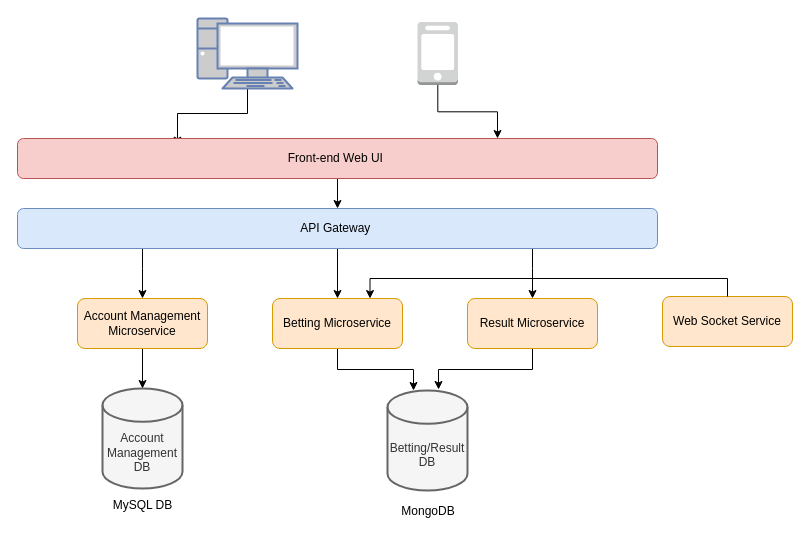
Before: page "Microservice Architecture Design" (4 of 8) of Documentation/OasisBet Diagrams.drawio in vincentcalai/OasisBet, a draw.io diagram. Source tidied: cells renumbered, new cells numbered last; positions are measured from the earlier drawing's top-left corner, leaving out a move shared by most shapes. Both pictures are drawn from the tidied source at 100%, with x=0, y=0 at pixel (17, 18).
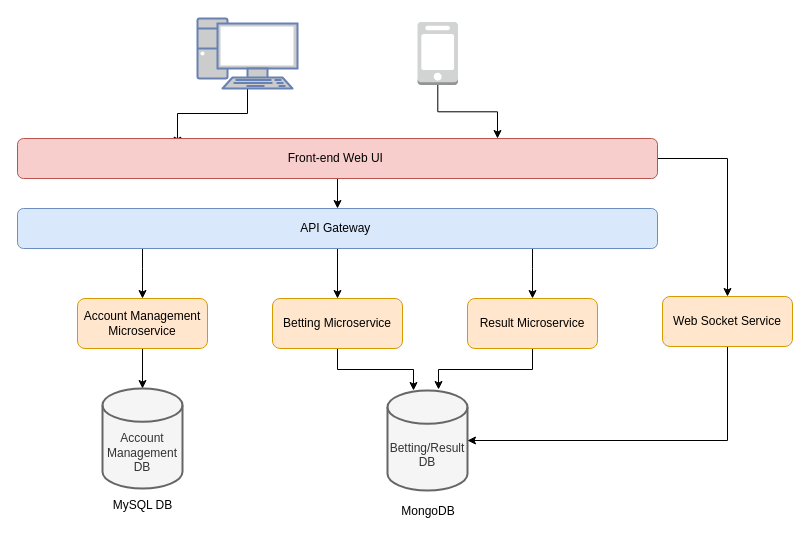
The same diagram, later.

Unchanged cells that the change refers to:
```xml
<mxCell id="8" value="Front-end Web UI&amp;nbsp;" style="rounded=1;whiteSpace=wrap;html=1;fillColor=#f8cecc;strokeColor=#b85450;" parent="1" vertex="1">
  <mxGeometry y="120" width="640" height="40" as="geometry" />
</mxCell>
<mxCell id="10" value="Betting Microservice" style="rounded=1;whiteSpace=wrap;html=1;fillColor=#ffe6cc;strokeColor=#d79b00;" parent="1" vertex="1">
  <mxGeometry x="255" y="280" width="130" height="50" as="geometry" />
</mxCell>
<mxCell id="19" value="&lt;br&gt;&lt;br&gt;Betting/Result DB" style="strokeWidth=2;html=1;shape=mxgraph.flowchart.database;whiteSpace=wrap;fillColor=#f5f5f5;fontColor=#333333;strokeColor=#666666;" parent="1" vertex="1">
  <mxGeometry x="370" y="372" width="80" height="100" as="geometry" />
</mxCell>
<mxCell id="22" value="Web Socket Service" style="rounded=1;whiteSpace=wrap;html=1;fillColor=#ffe6cc;strokeColor=#d79b00;" parent="1" vertex="1">
  <mxGeometry x="645" y="278" width="130" height="50" as="geometry" />
</mxCell>
```

What changed in the source:
```diff
@@
+    <mxCell id="24" style="edgeStyle=orthogonalEdgeStyle;rounded=0;jettySize=auto;html=1;" parent="1" edge="1" source="8" target="22">
+      <mxGeometry relative="1" as="geometry" />
+    </mxCell>
@@
+    <mxCell id="25" style="edgeStyle=orthogonalEdgeStyle;rounded=0;jettySize=auto;html=1;entryX=1;entryY=0.5;entryDx=0;entryDy=0;entryPerimeter=0;" parent="1" edge="1" source="22" target="19">
+      <mxGeometry relative="1" as="geometry">
+        <Array as="points">
+          <mxPoint x="710" y="422" />
+        </Array>
+      </mxGeometry>
+    </mxCell>
@@
-    <mxCell id="23" style="edgeStyle=orthogonalEdgeStyle;rounded=0;jettySize=auto;html=1;exitX=0.5;exitY=0;exitDx=0;exitDy=0;entryX=0.75;entryY=0;entryDx=0;entryDy=0;" parent="1" edge="1" source="22" target="10">
-      <mxGeometry relative="1" as="geometry">
-        <Array as="points">
-          <mxPoint x="710" y="260" />
-          <mxPoint x="353" y="260" />
-        </Array>
-      </mxGeometry>
-    </mxCell>
```
